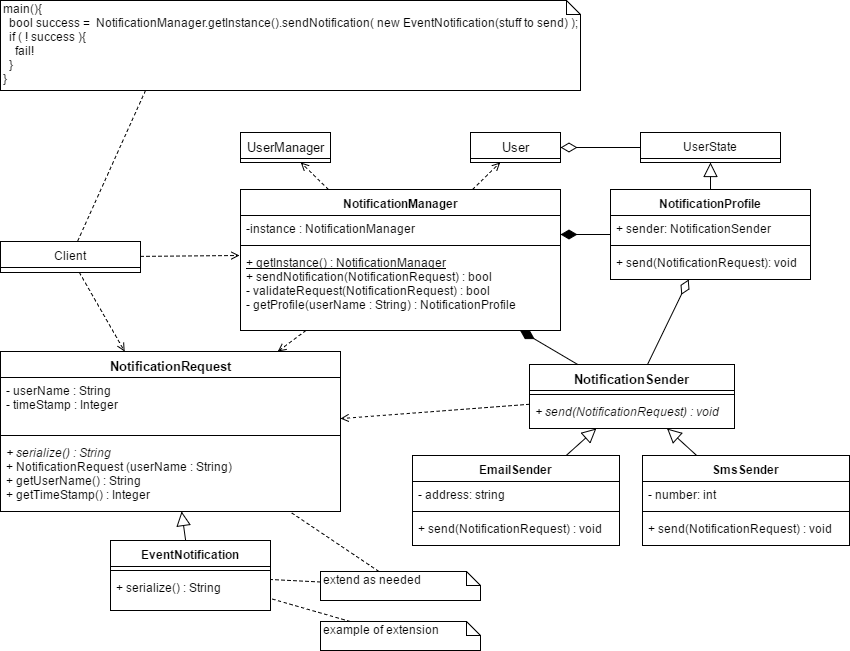
This is resources/images/notification-class-diagram.png from Quin10/COS_301_PHASE_2_TCL, a draw.io export, as it was before one commit. Source tidied: cells renumbered, new cells last; positions are measured from the earlier drawing's top-left corner, leaving out a move shared by most shapes.
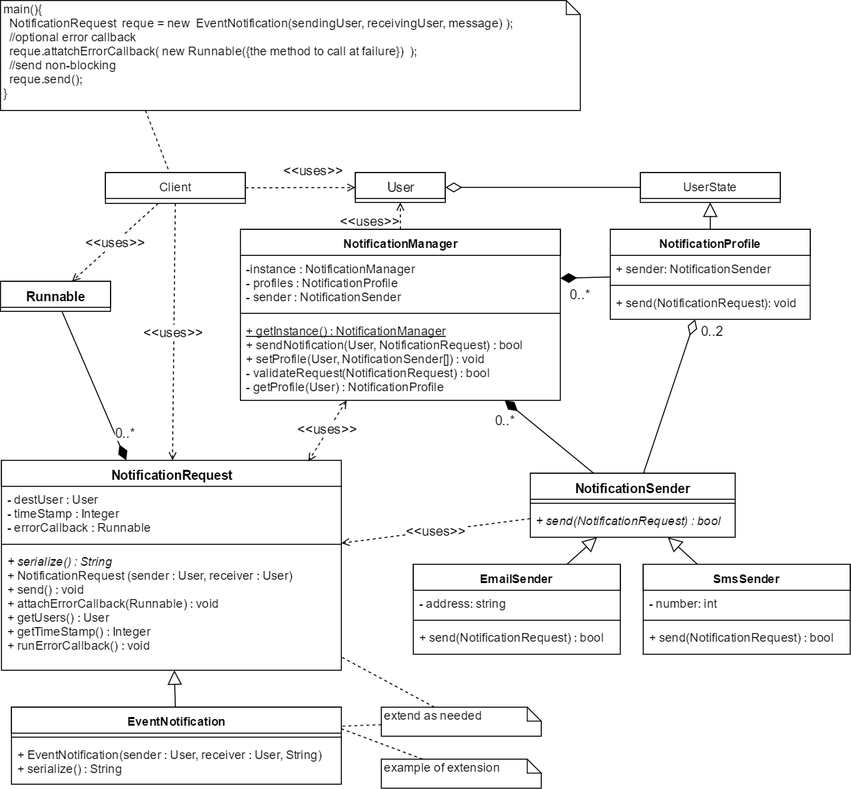
Above is the later version.

Commit message:
sequence and activity added

The edit, as a diff of the source:
```diff
@@ -6,49 +6,46 @@
       <mxGeometry x="200" y="70" width="160" height="90" as="geometry" />
     </mxCell>
     <mxCell id="3" value="NotificationRequest" style="swimlane;html=1;fontStyle=1;align=center;verticalAlign=top;horizontal=1;startSize=26;swimlaneFillColor=#ffffff;strokeWidth=1;fontSize=13;" parent="1" vertex="1">
-      <mxGeometry y="351" width="340" height="160" as="geometry" />
+      <mxGeometry x="1" y="420" width="340" height="210" as="geometry" />
     </mxCell>
-    <mxCell id="4" value="&lt;div&gt;&lt;div&gt;- userName : String&lt;/div&gt;&lt;div&gt;- timeStamp : Integer&lt;/div&gt;&lt;/div&gt;" style="text;html=1;strokeColor=none;fillColor=none;align=left;verticalAlign=top;spacingLeft=4;spacingRight=4;whiteSpace=wrap;overflow=hidden;" parent="3" vertex="1">
+    <mxCell id="4" value="&lt;div&gt;&lt;span&gt;- destUser : User&lt;/span&gt;&lt;br&gt;&lt;/div&gt;&lt;div&gt;- timeStamp : Integer&lt;/div&gt;&lt;div&gt;- errorCallback : Runnable&lt;/div&gt;&lt;div&gt;&lt;br&gt;&lt;/div&gt;" style="text;html=1;strokeColor=none;fillColor=none;align=left;verticalAlign=top;spacingLeft=4;spacingRight=4;whiteSpace=wrap;overflow=hidden;" parent="3" vertex="1">
       <mxGeometry y="26" width="340" height="54" as="geometry" />
     </mxCell>
     <mxCell id="5" style="line;html=1;strokeWidth=1;fillColor=none;align=left;verticalAlign=middle;spacingTop=-1;spacingLeft=3;spacingRight=3;labelPosition=right;" parent="3" vertex="1">
       <mxGeometry y="80" width="340" height="8" as="geometry" />
     </mxCell>
-    <mxCell id="6" value="&lt;span&gt;&lt;i&gt;+ serialize() : String&lt;/i&gt;&lt;/span&gt;&lt;br&gt;+&amp;nbsp;&lt;span&gt;NotificationRequest (userName : String)&lt;/span&gt;&lt;div&gt;&lt;span&gt;+ getUserName() : String&lt;br&gt;+ getTimeStamp() : Integer&lt;br&gt;&lt;/span&gt;&lt;/div&gt;&lt;div&gt;&lt;span&gt;&lt;br&gt;&lt;/span&gt;&lt;/div&gt;" style="text;html=1;strokeColor=none;fillColor=none;align=left;verticalAlign=top;spacingLeft=4;spacingRight=4;whiteSpace=wrap;overflow=hidden;" parent="3" vertex="1">
-      <mxGeometry y="88" width="340" height="72" as="geometry" />
+    <mxCell id="6" value="&lt;span&gt;&lt;i&gt;+ serialize() : String&lt;/i&gt;&lt;/span&gt;&lt;br&gt;+&amp;nbsp;&lt;span&gt;NotificationRequest (sender : User, receiver&amp;nbsp;: User)&lt;/span&gt;&lt;div&gt;+ send() : void&lt;/div&gt;&lt;div&gt;+ attachErrorCallback(Runnable) : void&lt;br&gt;&lt;div&gt;&lt;span&gt;+ getUsers() : User&lt;br&gt;+ getTimeStamp() : Integer&lt;br&gt;&lt;/span&gt;&lt;/div&gt;&lt;div&gt;&lt;span&gt;+ runErrorCallback() : void&lt;/span&gt;&lt;/div&gt;&lt;/div&gt;" style="text;html=1;strokeColor=none;fillColor=none;align=left;verticalAlign=top;spacingLeft=4;spacingRight=4;whiteSpace=wrap;overflow=hidden;" parent="3" vertex="1">
+      <mxGeometry y="88" width="340" height="122" as="geometry" />
     </mxCell>
-    <mxCell id="7" style="endArrow=open;html=1;fontSize=13;dashed=1;endFill=0;" parent="1" edge="1" source="40" target="3">
-      <mxGeometry relative="1" as="geometry" />
+    <mxCell id="7" value="&amp;lt;&amp;lt;uses&amp;gt;&amp;gt;" style="endArrow=open;html=1;fontSize=13;dashed=1;endFill=0;entryX=0.903;entryY=0.004;entryPerimeter=0;startArrow=open;startFill=0;" parent="1" edge="1" source="40" target="3">
+      <mxGeometry x="-0.06" y="-1" relative="1" as="geometry" />
     </mxCell>
     <mxCell id="8" value="NotificationSender" style="swimlane;html=1;fontStyle=1;align=center;verticalAlign=top;horizontal=1;startSize=26;swimlaneFillColor=#ffffff;strokeWidth=1;fontSize=13;" parent="1" vertex="1">
-      <mxGeometry x="529" y="364" width="205" height="64" as="geometry" />
+      <mxGeometry x="530" y="433" width="205" height="64" as="geometry" />
     </mxCell>
     <mxCell id="9" style="line;html=1;strokeWidth=1;fillColor=none;align=left;verticalAlign=middle;spacingTop=-1;spacingLeft=3;spacingRight=3;labelPosition=right;" parent="8" vertex="1">
       <mxGeometry y="26" width="205" height="8" as="geometry" />
     </mxCell>
-    <mxCell id="10" value="&lt;i&gt;+ send(NotificationRequest) : void&lt;/i&gt;" style="text;html=1;strokeColor=none;fillColor=none;align=left;verticalAlign=top;spacingLeft=4;spacingRight=4;whiteSpace=wrap;overflow=hidden;" parent="8" vertex="1">
+    <mxCell id="10" value="&lt;i&gt;+ send(NotificationRequest) : bool&lt;/i&gt;" style="text;html=1;strokeColor=none;fillColor=none;align=left;verticalAlign=top;spacingLeft=4;spacingRight=4;whiteSpace=wrap;overflow=hidden;" parent="8" vertex="1">
       <mxGeometry y="34" width="205" height="26" as="geometry" />
     </mxCell>
     <mxCell id="11" style="endArrow=block;html=1;fontSize=13;endFill=0;endSize=12;" parent="1" edge="1" source="44" target="8">
       <mxGeometry relative="1" as="geometry" />
     </mxCell>
     <mxCell id="12" value="&lt;div&gt;User&lt;/div&gt;" style="swimlane;html=1;fontStyle=0;horizontal=1;startSize=26;fillColor=none;swimlaneFillColor=#ffffff;strokeWidth=1;fontSize=13;align=center;" parent="1" vertex="1">
-      <mxGeometry x="470" y="132" width="90" height="30" as="geometry" />
+      <mxGeometry x="355" y="132" width="90" height="30" as="geometry" />
     </mxCell>
-    <mxCell id="13" style="endArrow=open;html=1;fontSize=13;dashed=1;endFill=0;" parent="1" edge="1" source="40" target="25">
-      <mxGeometry relative="1" as="geometry" />
-    </mxCell>
-    <mxCell id="14" style="endArrow=none;html=1;fontSize=13;startArrow=diamondThin;startFill=1;targetPerimeterSpacing=0;endSize=6;startSize=14;endFill=0;" parent="1" edge="1" source="40" target="8">
-      <mxGeometry relative="1" as="geometry" />
+    <mxCell id="14" value="0..*" style="endArrow=none;html=1;fontSize=13;startArrow=diamondThin;startFill=1;targetPerimeterSpacing=0;endSize=6;startSize=14;endFill=0;" parent="1" edge="1" source="40" target="8">
+      <mxGeometry x="-0.78" y="-15" relative="1" as="geometry" />
     </mxCell>
-    <mxCell id="15" style="endArrow=open;html=1;fontSize=13;dashed=1;endFill=0;" parent="1" edge="1" source="40" target="12">
-      <mxGeometry relative="1" as="geometry" />
+    <mxCell id="15" value="&amp;lt;&amp;lt;uses&amp;gt;&amp;gt;" style="endArrow=open;html=1;fontSize=13;dashed=1;endFill=0;" parent="1" edge="1" source="40" target="12">
+      <mxGeometry x="-0.33" y="30" relative="1" as="geometry" />
     </mxCell>
     <mxCell id="16" value="UserState" style="swimlane;html=1;fontStyle=0;horizontal=1;startSize=26;fillColor=none;swimlaneFillColor=#ffffff;" parent="1" vertex="1">
       <mxGeometry x="640" y="132" width="140" height="30" as="geometry" />
     </mxCell>
-    <mxCell id="17" style="endArrow=none;html=1;fontSize=13;startArrow=diamondThin;startFill=1;targetPerimeterSpacing=0;endSize=6;startSize=14;endFill=0;exitX=1;exitY=0.731;exitPerimeter=0;" parent="1" edge="1" source="41" target="18">
-      <mxGeometry relative="1" as="geometry" />
+    <mxCell id="17" value="0..*" style="endArrow=none;html=1;fontSize=13;startArrow=diamondThin;startFill=1;targetPerimeterSpacing=0;endSize=6;startSize=14;endFill=0;exitX=1;exitY=0.731;exitPerimeter=0;" parent="1" edge="1" source="41" target="18">
+      <mxGeometry x="-0.19" y="-16" relative="1" as="geometry" />
     </mxCell>
     <mxCell id="18" value="NotificationProfile" style="swimlane;html=1;fontStyle=1;align=center;verticalAlign=top;horizontal=1;startSize=26;swimlaneFillColor=#ffffff;" parent="1" vertex="1">
       <mxGeometry x="610" y="189" width="200" height="90" as="geometry" />
@@ -65,71 +62,64 @@
     <mxCell id="22" style="endArrow=block;html=1;fontSize=13;endFill=0;endSize=12;" parent="1" edge="1" source="18" target="16">
       <mxGeometry relative="1" as="geometry" />
     </mxCell>
-    <mxCell id="23" style="endArrow=open;html=1;fontSize=13;dashed=1;endFill=0;" parent="1" edge="1" source="8" target="3">
+    <mxCell id="23" value="&amp;lt;&amp;lt;uses&amp;gt;&amp;gt;" style="endArrow=open;html=1;fontSize=13;dashed=1;endFill=0;" parent="1" edge="1" source="8" target="3">
       <mxGeometry relative="1" as="geometry" />
     </mxCell>
-    <mxCell id="24" style="endArrow=none;html=1;fontSize=13;startArrow=diamondThin;startFill=0;targetPerimeterSpacing=0;endSize=6;startSize=14;endFill=0;" parent="1" edge="1" source="18" target="8">
-      <mxGeometry relative="1" as="geometry" />
+    <mxCell id="24" value="0..2" style="endArrow=none;html=1;fontSize=13;startArrow=diamondThin;startFill=0;targetPerimeterSpacing=0;endSize=6;startSize=14;endFill=0;" parent="1" edge="1" source="18" target="8">
+      <mxGeometry x="-0.94" y="20" relative="1" as="geometry" />
     </mxCell>
-    <mxCell id="25" value="&lt;div&gt;UserManager&lt;/div&gt;" style="swimlane;html=1;fontStyle=0;horizontal=1;startSize=26;fillColor=none;swimlaneFillColor=#ffffff;strokeWidth=1;fontSize=13;align=center;" parent="1" vertex="1">
-      <mxGeometry x="240" y="132" width="90" height="30" as="geometry" />
-    </mxCell>
     <mxCell id="26" style="endArrow=block;html=1;fontSize=13;endFill=0;endSize=12;" parent="1" edge="1" source="28" target="3">
       <mxGeometry relative="1" as="geometry" />
     </mxCell>
     <mxCell id="27" value="extend as needed" style="shape=note;whiteSpace=wrap;html=1;size=14;verticalAlign=top;align=left;spacingTop=-6;" parent="1" vertex="1">
-      <mxGeometry x="320" y="571" width="160" height="29" as="geometry" />
+      <mxGeometry x="381" y="667" width="160" height="29" as="geometry" />
     </mxCell>
     <mxCell id="28" value="EventNotification" style="swimlane;html=1;fontStyle=1;align=center;verticalAlign=top;horizontal=1;startSize=26;swimlaneFillColor=#ffffff;" parent="1" vertex="1">
-      <mxGeometry x="110" y="540" width="160" height="70" as="geometry" />
+      <mxGeometry x="11" y="667" width="330" height="77" as="geometry" />
     </mxCell>
     <mxCell id="29" style="line;html=1;strokeWidth=1;fillColor=none;align=left;verticalAlign=middle;spacingTop=-1;spacingLeft=3;spacingRight=3;labelPosition=right;" parent="28" vertex="1">
-      <mxGeometry y="26" width="160" height="8" as="geometry" />
+      <mxGeometry y="26" width="330" height="8" as="geometry" />
     </mxCell>
-    <mxCell id="30" value="&lt;span&gt;+ serialize() : String&lt;/span&gt;" style="text;html=1;strokeColor=none;fillColor=none;align=left;verticalAlign=top;spacingLeft=4;spacingRight=4;whiteSpace=wrap;overflow=hidden;" parent="28" vertex="1">
-      <mxGeometry y="34" width="160" height="26" as="geometry" />
+    <mxCell id="30" value="&lt;div&gt;&lt;span&gt;+&amp;nbsp;&lt;/span&gt;&lt;span&gt;EventNotification(&lt;/span&gt;sender : User, receiver&amp;nbsp;: User, String&lt;span&gt;)&lt;/span&gt;&lt;/div&gt;&lt;span&gt;+ serialize() : String&lt;/span&gt;" style="text;html=1;strokeColor=none;fillColor=none;align=left;verticalAlign=top;spacingLeft=4;spacingRight=4;whiteSpace=wrap;overflow=hidden;" parent="28" vertex="1">
+      <mxGeometry y="34" width="330" height="36" as="geometry" />
     </mxCell>
     <mxCell id="31" style="endArrow=none;html=1;dashed=1;endFill=0;" parent="1" edge="1" source="27" target="3">
       <mxGeometry relative="1" as="geometry" />
     </mxCell>
-    <mxCell id="32" style="endArrow=none;html=1;dashed=1;endFill=0;" parent="1" edge="1" source="27" target="28">
+    <mxCell id="32" style="endArrow=none;html=1;dashed=1;endFill=0;entryX=1;entryY=0.25;" parent="1" edge="1" source="27" target="28">
       <mxGeometry relative="1" as="geometry" />
     </mxCell>
     <mxCell id="33" value="example of extension" style="shape=note;whiteSpace=wrap;html=1;size=14;verticalAlign=top;align=left;spacingTop=-6;" parent="1" vertex="1">
-      <mxGeometry x="320" y="621" width="160" height="29" as="geometry" />
+      <mxGeometry x="381" y="719" width="160" height="29" as="geometry" />
     </mxCell>
-    <mxCell id="34" style="endArrow=none;html=1;dashed=1;endFill=0;" parent="1" edge="1" source="33" target="28">
-      <mxGeometry relative="1" as="geometry" />
+    <mxCell id="34" style="endArrow=none;html=1;dashed=1;endFill=0;" parent="1" edge="1" source="33">
+      <mxGeometry relative="1" as="geometry">
+        <mxPoint x="341" y="688.6" as="targetPoint" />
+      </mxGeometry>
     </mxCell>
     <mxCell id="35" value="Client" style="swimlane;html=1;fontStyle=0;horizontal=1;startSize=26;fillColor=none;swimlaneFillColor=#ffffff;" parent="1" vertex="1">
-      <mxGeometry y="241" width="140" height="31" as="geometry" />
+      <mxGeometry x="105" y="132" width="140" height="31" as="geometry" />
     </mxCell>
-    <mxCell id="36" style="endArrow=open;html=1;fontSize=13;dashed=1;endFill=0;entryX=-0.002;entryY=0.079;entryPerimeter=0;" parent="1" edge="1" source="35" target="43">
-      <mxGeometry relative="1" as="geometry" />
-    </mxCell>
-    <mxCell id="37" style="endArrow=open;html=1;fontSize=13;dashed=1;endFill=0;" parent="1" edge="1" source="35" target="3">
-      <mxGeometry relative="1" as="geometry" />
-    </mxCell>
-    <mxCell id="38" value="main(){&lt;br&gt;&amp;nbsp; bool success =&amp;nbsp; NotificationManager.getInstance().&lt;span&gt;sendNotification( new&amp;nbsp;&lt;/span&gt;&lt;span&gt;EventNotification&lt;/span&gt;(stuff to send) );&lt;br&gt;&amp;nbsp; if ( ! success ){&lt;br&gt;&amp;nbsp;&amp;nbsp;&amp;nbsp; fail!&lt;br&gt;&amp;nbsp; }&lt;br&gt;}" style="shape=note;whiteSpace=wrap;html=1;size=14;verticalAlign=top;align=left;spacingTop=-6;" parent="1" vertex="1">
-      <mxGeometry width="580" height="90" as="geometry" />
+    <mxCell id="38" value="main(){&lt;br&gt;&lt;span&gt;&amp;nbsp; NotificationRequest &amp;nbsp;reque&lt;/span&gt;&amp;nbsp;= new &amp;nbsp;&lt;span&gt;EventNotification&lt;/span&gt;(sendingUser, receivingUser, message) );&lt;div&gt;&amp;nbsp; //optional error callback&lt;br&gt;&amp;nbsp; reque.attatchErrorCallback( new Runnable({the method to call at failure}) &amp;nbsp;);&lt;/div&gt;&lt;div&gt;&amp;nbsp; //send non-blocking&lt;br&gt;&lt;div&gt;&amp;nbsp; reque.send();&lt;br&gt;}&lt;/div&gt;&lt;/div&gt;" style="shape=note;whiteSpace=wrap;html=1;size=14;verticalAlign=top;align=left;spacingTop=-6;" parent="1" vertex="1">
+      <mxGeometry y="-40" width="580" height="110" as="geometry" />
     </mxCell>
     <mxCell id="39" style="endArrow=none;html=1;dashed=1;endFill=0;exitX=0.25;exitY=1;" parent="1" edge="1" source="38" target="35">
       <mxGeometry relative="1" as="geometry" />
     </mxCell>
     <mxCell id="40" value="NotificationManager" style="swimlane;html=1;fontStyle=1;align=center;verticalAlign=top;horizontal=1;startSize=26;swimlaneFillColor=#ffffff;" parent="1" vertex="1">
-      <mxGeometry x="240" y="189" width="320" height="141" as="geometry" />
+      <mxGeometry x="240" y="189" width="320" height="171" as="geometry" />
     </mxCell>
-    <mxCell id="41" value="-instance : NotificationManager" style="text;html=1;strokeColor=none;fillColor=none;align=left;verticalAlign=top;spacingLeft=4;spacingRight=4;whiteSpace=wrap;overflow=hidden;points=[[0,0.5],[1,0.5]];portConstraint=eastwest;" parent="40" vertex="1">
-      <mxGeometry y="26" width="320" height="26" as="geometry" />
+    <mxCell id="41" value="-instance : NotificationManager&lt;div&gt;- profiles :&amp;nbsp;&lt;span&gt;NotificationProfile&lt;/span&gt;&lt;/div&gt;&lt;div&gt;&lt;span&gt;- sender :&amp;nbsp;&lt;/span&gt;&lt;span&gt;NotificationSender&lt;/span&gt;&lt;/div&gt;" style="text;html=1;strokeColor=none;fillColor=none;align=left;verticalAlign=top;spacingLeft=4;spacingRight=4;whiteSpace=wrap;overflow=hidden;points=[[0,0.5],[1,0.5]];portConstraint=eastwest;" parent="40" vertex="1">
+      <mxGeometry y="26" width="320" height="54" as="geometry" />
     </mxCell>
     <mxCell id="42" style="line;html=1;strokeWidth=1;fillColor=none;align=left;verticalAlign=middle;spacingTop=-1;spacingLeft=3;spacingRight=3;labelPosition=right;" parent="40" vertex="1">
-      <mxGeometry y="52" width="320" height="8" as="geometry" />
+      <mxGeometry y="80" width="320" height="8" as="geometry" />
     </mxCell>
-    <mxCell id="43" value="&lt;u&gt;+ getInstance() : NotificationManager&lt;/u&gt;&lt;br&gt;+&amp;nbsp;&lt;span&gt;sendNotification(&lt;/span&gt;&lt;span&gt;NotificationRequest) : bool&lt;/span&gt;&lt;div&gt;&lt;span&gt;- validateRequest(&lt;/span&gt;&lt;span&gt;NotificationRequest) : bool&lt;/span&gt;&lt;/div&gt;&lt;div&gt;&lt;span&gt;- getProfile(userName : String) : &lt;/span&gt;NotificationProfile&lt;/div&gt;" style="text;html=1;strokeColor=none;fillColor=none;align=left;verticalAlign=top;spacingLeft=4;spacingRight=4;whiteSpace=wrap;overflow=hidden;points=[[0,0.5],[1,0.5]];portConstraint=eastwest;" parent="40" vertex="1">
-      <mxGeometry y="60" width="320" height="80" as="geometry" />
+    <mxCell id="43" value="&lt;u&gt;+ getInstance() : NotificationManager&lt;/u&gt;&lt;br&gt;+&amp;nbsp;&lt;span&gt;sendNotification(User,&amp;nbsp;&lt;/span&gt;&lt;span&gt;NotificationRequest) : bool&lt;/span&gt;&lt;div&gt;+ setProfile(User,&amp;nbsp;&lt;span&gt;NotificationSender[]) : void&lt;/span&gt;&lt;br&gt;&lt;div&gt;&lt;span&gt;- validateRequest(&lt;/span&gt;&lt;span&gt;NotificationRequest) : bool&lt;/span&gt;&lt;/div&gt;&lt;div&gt;&lt;span&gt;- getProfile(User) : &lt;/span&gt;NotificationProfile&lt;/div&gt;&lt;/div&gt;" style="text;html=1;strokeColor=none;fillColor=none;align=left;verticalAlign=top;spacingLeft=4;spacingRight=4;whiteSpace=wrap;overflow=hidden;points=[[0,0.5],[1,0.5]];portConstraint=eastwest;" parent="40" vertex="1">
+      <mxGeometry y="88" width="320" height="80" as="geometry" />
     </mxCell>
     <mxCell id="44" value="EmailSender" style="swimlane;html=1;fontStyle=1;align=center;verticalAlign=top;horizontal=1;startSize=26;swimlaneFillColor=#ffffff;" parent="1" vertex="1">
-      <mxGeometry x="412" y="455" width="207" height="90" as="geometry" />
+      <mxGeometry x="413" y="524" width="207" height="90" as="geometry" />
     </mxCell>
     <mxCell id="45" value="- address: string" style="text;html=1;strokeColor=none;fillColor=none;align=left;verticalAlign=top;spacingLeft=4;spacingRight=4;whiteSpace=wrap;overflow=hidden;" parent="44" vertex="1">
       <mxGeometry y="26" width="207" height="26" as="geometry" />
@@ -137,11 +127,11 @@
     <mxCell id="46" style="line;html=1;strokeWidth=1;fillColor=none;align=left;verticalAlign=middle;spacingTop=-1;spacingLeft=3;spacingRight=3;labelPosition=right;" parent="44" vertex="1">
       <mxGeometry y="52" width="207" height="8" as="geometry" />
     </mxCell>
-    <mxCell id="47" value="+ send(NotificationRequest) : void" style="text;html=1;strokeColor=none;fillColor=none;align=left;verticalAlign=top;spacingLeft=4;spacingRight=4;whiteSpace=wrap;overflow=hidden;" parent="44" vertex="1">
+    <mxCell id="47" value="+ send(NotificationRequest) : bool" style="text;html=1;strokeColor=none;fillColor=none;align=left;verticalAlign=top;spacingLeft=4;spacingRight=4;whiteSpace=wrap;overflow=hidden;" parent="44" vertex="1">
       <mxGeometry y="60" width="207" height="26" as="geometry" />
     </mxCell>
     <mxCell id="48" value="SmsSender" style="swimlane;html=1;fontStyle=1;align=center;verticalAlign=top;horizontal=1;startSize=26;swimlaneFillColor=#ffffff;" parent="1" vertex="1">
-      <mxGeometry x="642" y="455" width="207" height="90" as="geometry" />
+      <mxGeometry x="643" y="524" width="207" height="90" as="geometry" />
     </mxCell>
     <mxCell id="49" value="- number: int" style="text;html=1;strokeColor=none;fillColor=none;align=left;verticalAlign=top;spacingLeft=4;spacingRight=4;whiteSpace=wrap;overflow=hidden;" parent="48" vertex="1">
       <mxGeometry y="26" width="207" height="26" as="geometry" />
@@ -149,7 +139,7 @@
     <mxCell id="50" style="line;html=1;strokeWidth=1;fillColor=none;align=left;verticalAlign=middle;spacingTop=-1;spacingLeft=3;spacingRight=3;labelPosition=right;" parent="48" vertex="1">
       <mxGeometry y="52" width="207" height="8" as="geometry" />
     </mxCell>
-    <mxCell id="51" value="+ send(NotificationRequest) : void" style="text;html=1;strokeColor=none;fillColor=none;align=left;verticalAlign=top;spacingLeft=4;spacingRight=4;whiteSpace=wrap;overflow=hidden;" parent="48" vertex="1">
+    <mxCell id="51" value="+ send(NotificationRequest) : bool" style="text;html=1;strokeColor=none;fillColor=none;align=left;verticalAlign=top;spacingLeft=4;spacingRight=4;whiteSpace=wrap;overflow=hidden;" parent="48" vertex="1">
       <mxGeometry y="60" width="207" height="26" as="geometry" />
     </mxCell>
     <mxCell id="52" style="endArrow=block;html=1;fontSize=13;endFill=0;endSize=12;" parent="1" edge="1" source="48" target="8">
@@ -158,5 +148,22 @@
     <mxCell id="53" style="endArrow=none;html=1;fontSize=13;startArrow=diamondThin;startFill=0;targetPerimeterSpacing=0;endSize=6;startSize=14;endFill=0;" parent="1" edge="1" source="12" target="16">
       <mxGeometry relative="1" as="geometry" />
     </mxCell>
+    <mxCell id="54" value="&amp;lt;&amp;lt;uses&amp;gt;&amp;gt;" style="endArrow=open;html=1;fontSize=13;dashed=1;endFill=0;" parent="1" edge="1" source="35" target="12">
+      <mxGeometry x="-0.24" y="-35" relative="1" as="geometry">
+        <mxPoint x="26" y="-53" as="offset" />
+      </mxGeometry>
+    </mxCell>
+    <mxCell id="55" value="Runnable" style="swimlane;html=1;fontStyle=1;align=center;verticalAlign=top;horizontal=1;startSize=26;swimlaneFillColor=#ffffff;strokeWidth=1;fontSize=13;" parent="1" vertex="1">
+      <mxGeometry y="241" width="110" height="30" as="geometry" />
+    </mxCell>
+    <mxCell id="56" value="&amp;lt;&amp;lt;uses&amp;gt;&amp;gt;" style="endArrow=open;html=1;fontSize=13;dashed=1;endFill=0;" parent="1" edge="1" source="35" target="55">
+      <mxGeometry relative="1" as="geometry" />
+    </mxCell>
+    <mxCell id="37" value="&amp;lt;&amp;lt;uses&amp;gt;&amp;gt;" style="endArrow=open;html=1;fontSize=13;dashed=1;endFill=0;" parent="1" edge="1" source="35" target="3">
+      <mxGeometry relative="1" as="geometry" />
+    </mxCell>
+    <mxCell id="57" value="0..*" style="endArrow=none;html=1;fontSize=13;startArrow=diamondThin;startFill=1;targetPerimeterSpacing=0;endSize=6;startSize=14;endFill=0;" parent="1" edge="1" source="3" target="55">
+      <mxGeometry x="-0.68" y="-10" relative="1" as="geometry" />
+    </mxCell>
   </root>
 </mxGraphModel>
```
